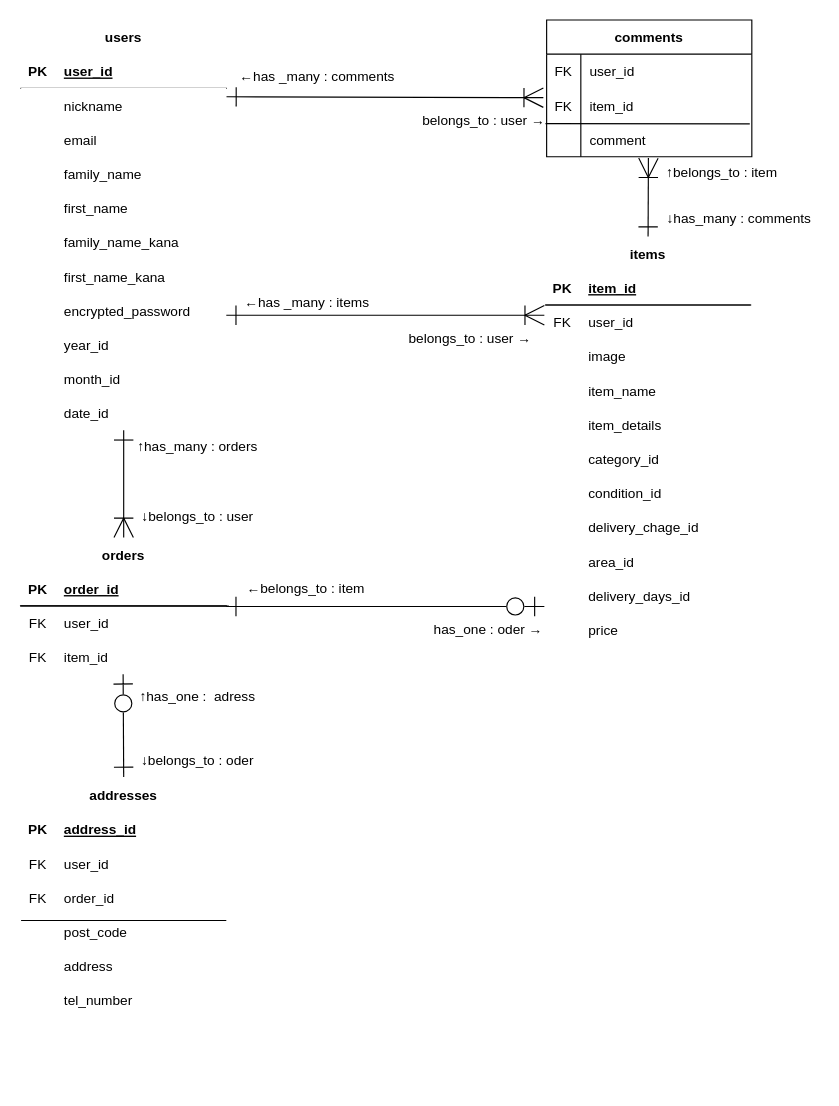
Above: furima.dio in koguma-san/furima-40371 (draw.io), before the change. Source tidied: cells renumbered, new cells numbered last; positions are measured from the earlier drawing's top-left corner, leaving out a move shared by most shapes. Both pictures are drawn from the tidied source at 114%, with x=0, y=0 at pixel (19, 19).
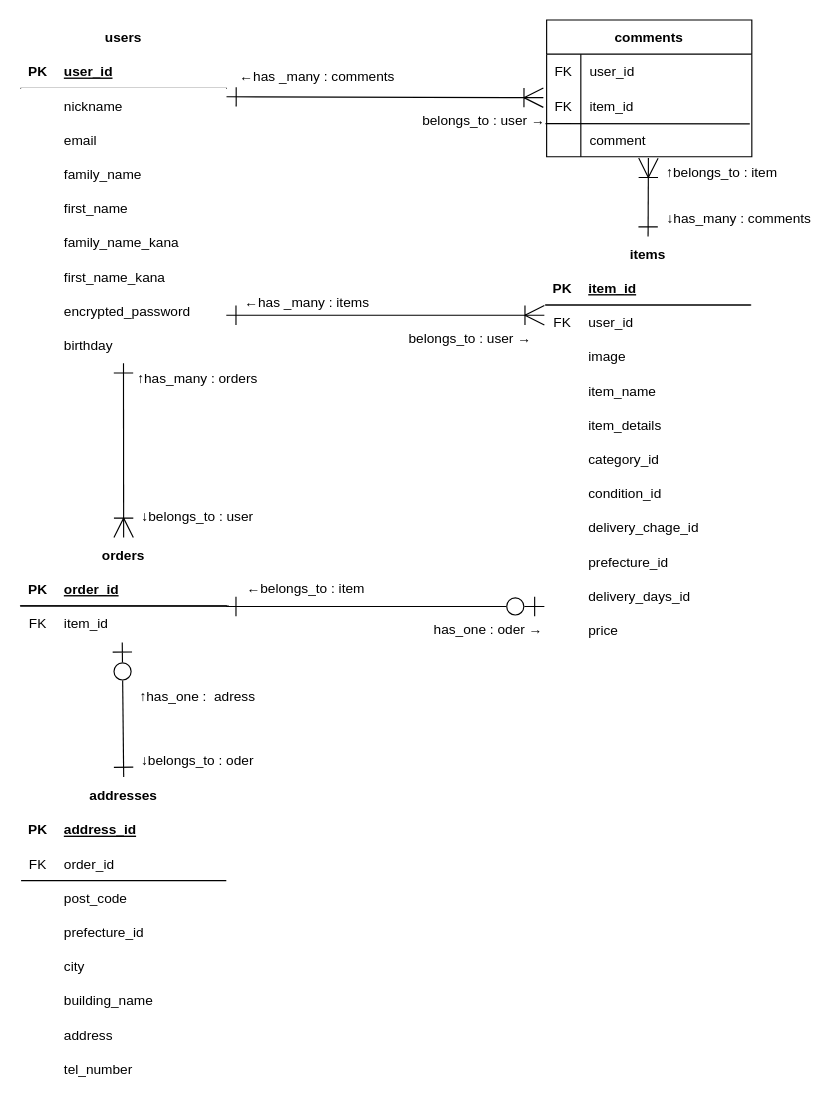
The same diagram, later.

Commit message (it also covers changes not shown here):
データベース設計再修正

Unchanged cells that the change refers to:
```xml
<mxCell id="27" style="shape=tableRow;horizontal=0;startSize=0;swimlaneHead=0;swimlaneBody=0;fillColor=none;points=[[0,0.5],[1,0.5]];portConstraint=eastwest;top=0;left=0;right=0;bottom=0;strokeColor=#ffffff;" parent="2" vertex="1">
  <mxGeometry y="270" width="180" height="30" as="geometry" />
</mxCell>
<mxCell id="61" style="shape=tableRow;horizontal=0;startSize=0;swimlaneHead=0;swimlaneBody=0;fillColor=none;top=0;left=0;right=0;bottom=0;strokeColor=#ffffff;" parent="36" vertex="1">
  <mxGeometry y="270" width="180" height="30" as="geometry" />
</mxCell>
```

Change to the diagram source:
```diff
@@
     <mxCell id="2" value="users" style="shape=table;startSize=30;childLayout=tableLayout;rowLines=0;fontStyle=1;align=center;strokeColor=#ffffff;" parent="1" vertex="1">
-      <mxGeometry x="1" width="180" height="360" as="geometry" />
+      <mxGeometry x="1" width="180" height="300" as="geometry" />
     </mxCell>
@@
-    <mxCell id="29" value="year_id" style="shape=partialRectangle;fillColor=none;top=0;left=0;bottom=0;right=0;align=left;spacingLeft=6;overflow=hidden;strokeColor=#ffffff;" parent="27" vertex="1">
+    <mxCell id="29" value="birthday" style="shape=partialRectangle;fillColor=none;top=0;left=0;bottom=0;right=0;align=left;spacingLeft=6;overflow=hidden;strokeColor=#ffffff;" parent="27" vertex="1">
       <mxGeometry x="30" width="150" height="30" as="geometry" />
     </mxCell>
-    <mxCell id="30" style="shape=tableRow;horizontal=0;startSize=0;swimlaneHead=0;swimlaneBody=0;fillColor=none;top=0;left=0;right=0;bottom=0;strokeColor=default;" parent="2" vertex="1">
-      <mxGeometry y="300" width="180" height="30" as="geometry" />
-    </mxCell>
-    <mxCell id="31" style="shape=partialRectangle;fillColor=none;top=0;left=0;bottom=0;right=0;overflow=hidden;strokeColor=default;" parent="30" vertex="1">
-      <mxGeometry width="30" height="30" as="geometry" />
-    </mxCell>
-    <mxCell id="32" value="month_id" style="shape=partialRectangle;fillColor=none;top=0;left=0;bottom=0;right=0;align=left;spacingLeft=6;overflow=hidden;strokeColor=default;" parent="30" vertex="1">
-      <mxGeometry x="30" width="150" height="30" as="geometry" />
-    </mxCell>
-    <mxCell id="33" style="shape=tableRow;horizontal=0;startSize=0;swimlaneHead=0;swimlaneBody=0;fillColor=none;top=0;left=0;right=0;bottom=0;strokeColor=default;" parent="2" vertex="1">
-      <mxGeometry y="330" width="180" height="30" as="geometry" />
-    </mxCell>
-    <mxCell id="34" style="shape=partialRectangle;fillColor=none;top=0;left=0;bottom=0;right=0;overflow=hidden;strokeColor=default;" parent="33" vertex="1">
-      <mxGeometry width="30" height="30" as="geometry" />
-    </mxCell>
-    <mxCell id="35" value="date_id" style="shape=partialRectangle;fillColor=none;top=0;left=0;bottom=0;right=0;align=left;spacingLeft=6;overflow=hidden;strokeColor=default;" parent="33" vertex="1">
-      <mxGeometry x="30" width="150" height="30" as="geometry" />
-    </mxCell>
@@
-    <mxCell id="63" value="area_id" style="shape=partialRectangle;fillColor=none;top=0;left=0;bottom=0;right=0;align=left;spacingLeft=6;overflow=hidden;strokeColor=#ffffff;" parent="61" vertex="1">
+    <mxCell id="63" value="prefecture_id" style="shape=partialRectangle;fillColor=none;top=0;left=0;bottom=0;right=0;align=left;spacingLeft=6;overflow=hidden;strokeColor=#ffffff;" parent="61" vertex="1">
       <mxGeometry x="30" width="150" height="30" as="geometry" />
     </mxCell>
@@
     <mxCell id="70" value="orders" style="shape=table;startSize=30;childLayout=tableLayout;rowLines=0;fontStyle=1;align=center;strokeColor=#ffffff;" parent="1" vertex="1">
-      <mxGeometry x="1" y="454" width="180" height="120" as="geometry" />
+      <mxGeometry x="1" y="454" width="180" height="90" as="geometry" />
     </mxCell>
@@
-    <mxCell id="74" style="shape=tableRow;horizontal=0;startSize=0;swimlaneHead=0;swimlaneBody=0;fillColor=none;points=[[0,0.5],[1,0.5]];portConstraint=eastwest;top=0;left=0;right=0;bottom=0;strokeColor=#ffffff;" parent="70" vertex="1">
-      <mxGeometry y="60" width="180" height="30" as="geometry" />
-    </mxCell>
-    <mxCell id="75" value="FK" style="shape=partialRectangle;fillColor=none;top=0;left=0;bottom=0;right=0;fontStyle=0;overflow=hidden;strokeColor=#ffffff;" parent="74" vertex="1">
-      <mxGeometry width="30" height="30" as="geometry" />
-    </mxCell>
-    <mxCell id="76" value="user_id" style="shape=partialRectangle;fillColor=none;top=0;left=0;bottom=0;right=0;align=left;spacingLeft=6;fontStyle=0;overflow=hidden;strokeColor=#ffffff;" parent="74" vertex="1">
-      <mxGeometry x="30" width="150" height="30" as="geometry" />
-    </mxCell>
     <mxCell id="77" style="shape=tableRow;horizontal=0;startSize=0;swimlaneHead=0;swimlaneBody=0;fillColor=none;points=[[0,0.5],[1,0.5]];portConstraint=eastwest;top=0;left=0;right=0;bottom=0;strokeColor=#ffffff;" parent="70" vertex="1">
-      <mxGeometry y="90" width="180" height="30" as="geometry" />
+      <mxGeometry y="60" width="180" height="30" as="geometry" />
     </mxCell>
@@
     <mxCell id="80" value="addresses" style="shape=table;startSize=30;childLayout=tableLayout;rowLines=0;fontStyle=1;align=center;strokeColor=#ffffff;" parent="1" vertex="1">
-      <mxGeometry x="1" y="665" width="180" height="210" as="geometry" />
+      <mxGeometry x="1" y="665" width="180" height="270" as="geometry" />
     </mxCell>
@@
-    <mxCell id="84" style="shape=tableRow;horizontal=0;startSize=0;swimlaneHead=0;swimlaneBody=0;fillColor=none;top=0;left=0;right=0;bottom=0;strokeColor=#ffffff;" parent="80" vertex="1">
-      <mxGeometry y="60" width="180" height="30" as="geometry" />
-    </mxCell>
-    <mxCell id="85" value="FK" style="shape=partialRectangle;fillColor=none;top=0;left=0;bottom=0;right=0;fontStyle=0;overflow=hidden;strokeColor=#ffffff;" parent="84" vertex="1">
-      <mxGeometry width="30" height="30" as="geometry" />
-    </mxCell>
-    <mxCell id="86" value="user_id" style="shape=partialRectangle;fillColor=none;top=0;left=0;bottom=0;right=0;align=left;spacingLeft=6;fontStyle=0;overflow=hidden;strokeColor=#ffffff;" parent="84" vertex="1">
-      <mxGeometry x="30" width="150" height="30" as="geometry" />
-    </mxCell>
     <mxCell id="87" style="shape=tableRow;horizontal=0;startSize=0;swimlaneHead=0;swimlaneBody=0;fillColor=none;top=0;left=0;right=0;bottom=0;strokeColor=default;" parent="80" vertex="1">
-      <mxGeometry y="90" width="180" height="30" as="geometry" />
+      <mxGeometry y="60" width="180" height="30" as="geometry" />
     </mxCell>
@@
     <mxCell id="90" style="shape=tableRow;horizontal=0;startSize=0;swimlaneHead=0;swimlaneBody=0;fillColor=none;top=0;left=0;right=0;bottom=0;strokeColor=#ffffff;" parent="80" vertex="1">
-      <mxGeometry y="120" width="180" height="30" as="geometry" />
+      <mxGeometry y="90" width="180" height="30" as="geometry" />
     </mxCell>
@@
+    <mxCell id="134" style="shape=tableRow;horizontal=0;startSize=0;swimlaneHead=0;swimlaneBody=0;fillColor=none;top=0;left=0;right=0;bottom=0;strokeColor=default;" parent="80" vertex="1">
+      <mxGeometry y="120" width="180" height="30" as="geometry" />
+    </mxCell>
+    <mxCell id="135" style="shape=partialRectangle;fillColor=none;top=0;left=0;bottom=0;right=0;overflow=hidden;strokeColor=default;" parent="134" vertex="1">
+      <mxGeometry width="30" height="30" as="geometry" />
+    </mxCell>
+    <mxCell id="136" value="prefecture_id" style="shape=partialRectangle;fillColor=none;top=0;left=0;bottom=0;right=0;align=left;spacingLeft=6;overflow=hidden;strokeColor=default;" parent="134" vertex="1">
+      <mxGeometry x="30" width="150" height="30" as="geometry" />
+    </mxCell>
+    <mxCell id="137" style="shape=tableRow;horizontal=0;startSize=0;swimlaneHead=0;swimlaneBody=0;fillColor=none;top=0;left=0;right=0;bottom=0;strokeColor=default;" parent="80" vertex="1">
+      <mxGeometry y="150" width="180" height="30" as="geometry" />
+    </mxCell>
+    <mxCell id="138" style="shape=partialRectangle;fillColor=none;top=0;left=0;bottom=0;right=0;overflow=hidden;strokeColor=default;" parent="137" vertex="1">
+      <mxGeometry width="30" height="30" as="geometry" />
+    </mxCell>
+    <mxCell id="139" value="city" style="shape=partialRectangle;fillColor=none;top=0;left=0;bottom=0;right=0;align=left;spacingLeft=6;overflow=hidden;strokeColor=default;" parent="137" vertex="1">
+      <mxGeometry x="30" width="150" height="30" as="geometry" />
+    </mxCell>
+    <mxCell id="140" style="shape=tableRow;horizontal=0;startSize=0;swimlaneHead=0;swimlaneBody=0;fillColor=none;top=0;left=0;right=0;bottom=0;strokeColor=default;" parent="80" vertex="1">
+      <mxGeometry y="180" width="180" height="30" as="geometry" />
+    </mxCell>
+    <mxCell id="141" style="shape=partialRectangle;fillColor=none;top=0;left=0;bottom=0;right=0;overflow=hidden;strokeColor=default;" parent="140" vertex="1">
+      <mxGeometry width="30" height="30" as="geometry" />
+    </mxCell>
+    <mxCell id="142" value="building_name" style="shape=partialRectangle;fillColor=none;top=0;left=0;bottom=0;right=0;align=left;spacingLeft=6;overflow=hidden;strokeColor=default;" parent="140" vertex="1">
+      <mxGeometry x="30" width="150" height="30" as="geometry" />
+    </mxCell>
     <mxCell id="93" style="shape=tableRow;horizontal=0;startSize=0;swimlaneHead=0;swimlaneBody=0;fillColor=none;top=0;left=0;right=0;bottom=0;strokeColor=#ffffff;" parent="80" vertex="1">
-      <mxGeometry y="150" width="180" height="30" as="geometry" />
+      <mxGeometry y="210" width="180" height="30" as="geometry" />
     </mxCell>
@@
     <mxCell id="96" style="shape=tableRow;horizontal=0;startSize=0;swimlaneHead=0;swimlaneBody=0;fillColor=none;top=0;left=0;right=0;bottom=0;strokeColor=#ffffff;" parent="80" vertex="1">
-      <mxGeometry y="180" width="180" height="30" as="geometry" />
+      <mxGeometry y="240" width="180" height="30" as="geometry" />
     </mxCell>
@@
-    <mxCell id="105" style="fontSize=12;html=1;endArrow=ERoneToMany;startArrow=ERone;startFill=0;strokeWidth=1;endSize=15;startSize=15;" parent="1" edge="1" target="70">
-      <mxGeometry relative="1" as="geometry">
-        <mxPoint x="91" y="360" as="sourcePoint" />
-      </mxGeometry>
+    <mxCell id="105" style="fontSize=12;html=1;endArrow=ERoneToMany;startArrow=ERone;startFill=0;strokeWidth=1;endSize=15;startSize=15;exitX=0.499;exitY=1.04;exitDx=0;exitDy=0;exitPerimeter=0;" parent="1" edge="1" source="27" target="70">
+      <mxGeometry relative="1" as="geometry" />
     </mxCell>
@@
-    <mxCell id="107" style="fontSize=12;html=1;endArrow=ERone;startArrow=ERzeroToOne;startFill=0;strokeWidth=1;endSize=15;startSize=15;endFill=0;" parent="1" edge="1">
+    <mxCell id="107" style="fontSize=12;html=1;endArrow=ERone;startArrow=ERzeroToOne;startFill=0;strokeWidth=1;endSize=15;startSize=15;endFill=0;exitX=0.493;exitY=1.067;exitDx=0;exitDy=0;exitPerimeter=0;" parent="1" edge="1" source="77">
       <mxGeometry relative="1" as="geometry">
-        <mxPoint x="90.5" y="574" as="sourcePoint" />
         <mxPoint x="91" y="664" as="targetPoint" />
       </mxGeometry>
     </mxCell>
@@
     <mxCell id="115" value="↑has_many : orders" style="text;html=1;strokeColor=none;fillColor=none;align=center;verticalAlign=middle;whiteSpace=wrap;rounded=0;" parent="1" vertex="1">
-      <mxGeometry x="96" y="360" width="120" height="30" as="geometry" />
+      <mxGeometry x="96" y="300" width="120" height="30" as="geometry" />
     </mxCell>
@@
-    <mxCell id="131" style="endArrow=none;html=1;rounded=0;strokeWidth=1;startSize=15;endSize=15;" parent="1" edge="1" target="74">
+    <mxCell id="131" style="endArrow=none;html=1;rounded=0;strokeWidth=1;startSize=15;endSize=15;" parent="1" edge="1">
       <mxGeometry relative="1" as="geometry">
         <mxPoint x="1" y="514" as="sourcePoint" />
+        <mxPoint x="1" y="514" as="targetPoint" />
       </mxGeometry>
     </mxCell>
@@
     <mxCell id="133" style="line;strokeWidth=1;dashed=0;labelPosition=right;align=left;verticalAlign=middle;spacingTop=0;spacingLeft=6;strokeColor=default;" parent="1" vertex="1">
-      <mxGeometry x="1" y="785" width="180" height="10" as="geometry" />
+      <mxGeometry x="1" y="750" width="180" height="10" as="geometry" />
     </mxCell>
```
